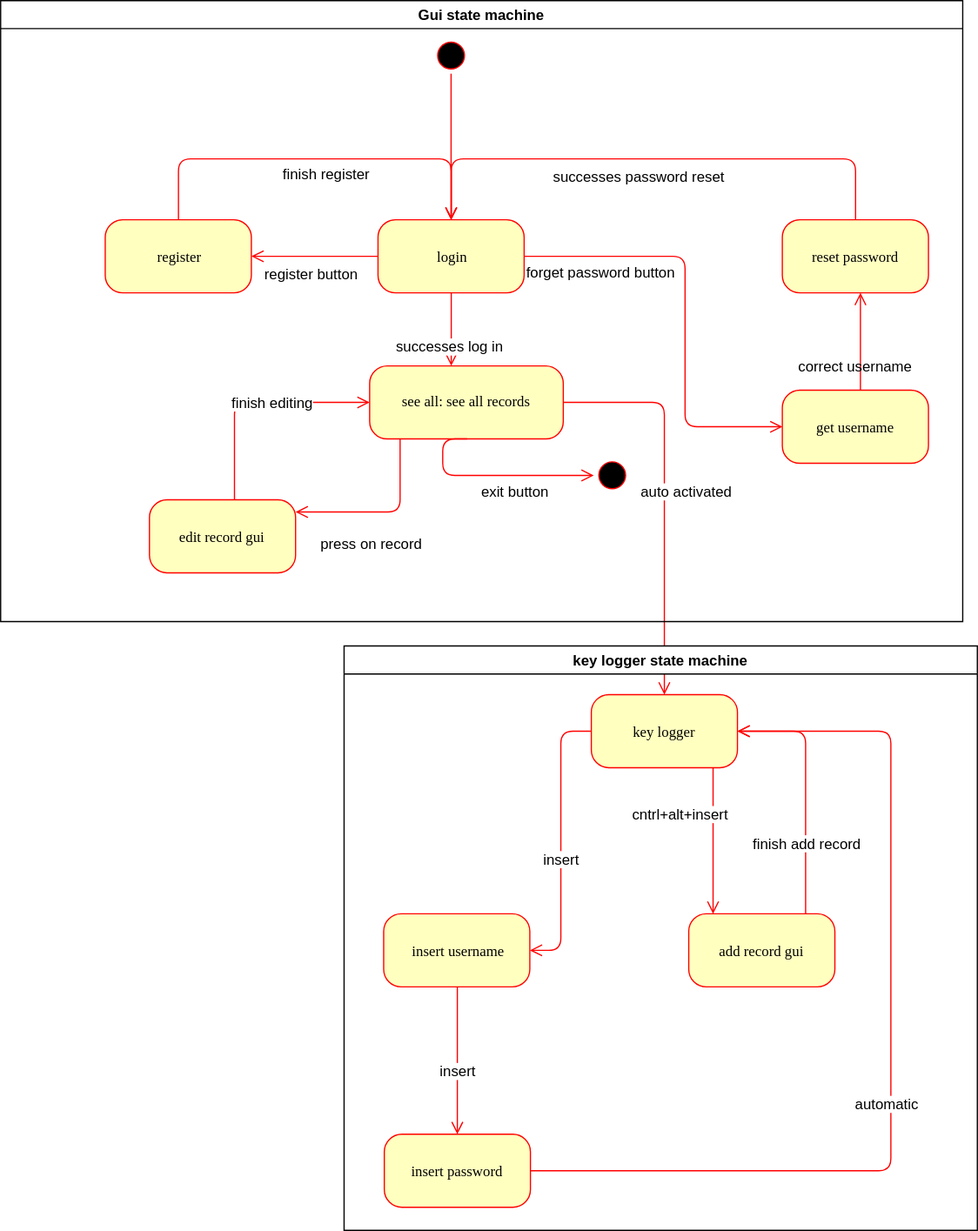
Earlier version of the draw.io export Documents/client state machine.svg (adibl/password_saver). Source tidied: cells renumbered, new cells last; positions are measured from the earlier drawing's top-left corner, leaving out a move shared by most shapes.
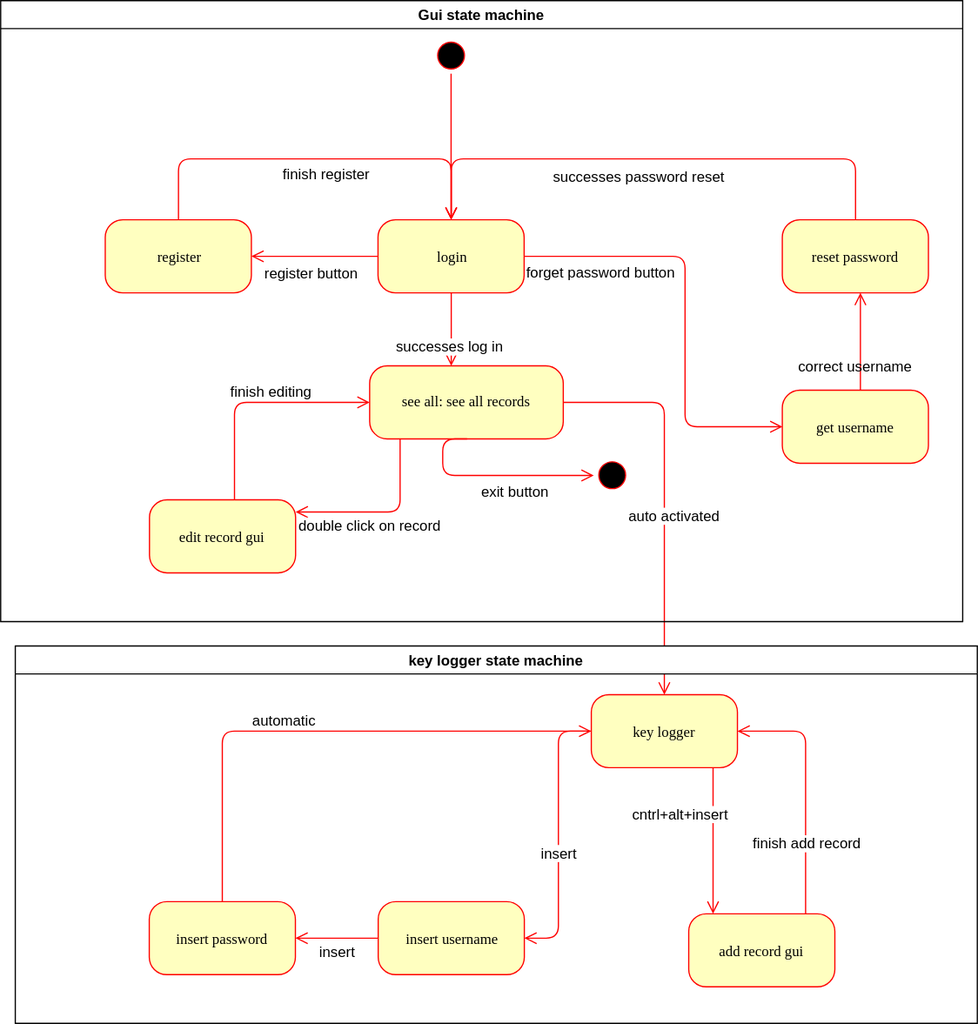
Above is the later version.

The edit, as a diff of the source:
```diff
@@ -29,7 +29,7 @@
     <mxCell id="10" value="successes log in" style="text;html=1;align=center;verticalAlign=top;labelBackgroundColor=#ffffff;" parent="9" vertex="1">
       <mxGeometry x="0.02" y="-2" relative="1" as="geometry" />
     </mxCell>
-    <mxCell id="11" style="edgeStyle=elbowEdgeStyle;html=1;labelBackgroundColor=none;endArrow=open;endSize=8;strokeColor=#ff0000;fontFamily=Verdana;fontSize=12;align=left;" parent="1" edge="1" source="13" target="17">
+    <mxCell id="11" style="edgeStyle=elbowEdgeStyle;html=1;labelBackgroundColor=none;endArrow=open;endSize=8;strokeColor=#ff0000;fontFamily=Verdana;fontSize=12;align=left;entryX=1;entryY=0.5;entryDx=0;entryDy=0;" parent="1" edge="1" source="13" target="17">
       <mxGeometry relative="1" as="geometry" />
     </mxCell>
     <mxCell id="12" value="insert" style="text;html=1;align=center;verticalAlign=middle;labelBackgroundColor=#ffffff;" parent="11" vertex="1">
@@ -48,26 +48,25 @@
     </mxCell>
     <mxCell id="16" value="insert" style="text;html=1;align=center;verticalAlign=middle;labelBackgroundColor=#ffffff;labelPosition=center;verticalLabelPosition=middle;" parent="15" vertex="1">
       <mxGeometry x="-0.08" y="12" relative="1" as="geometry">
-        <mxPoint x="-12" y="12" as="offset" />
+        <mxPoint x="-3" y="-2" as="offset" />
       </mxGeometry>
     </mxCell>
     <mxCell id="17" value="insert username" style="rounded=1;whiteSpace=wrap;html=1;arcSize=24;fillColor=#ffffc0;strokeColor=#ff0000;shadow=0;comic=0;labelBackgroundColor=none;fontFamily=Verdana;fontSize=12;fontColor=#000000;align=center;" parent="1" vertex="1">
-      <mxGeometry x="314.5" y="750" width="120" height="60" as="geometry" />
+      <mxGeometry x="310" y="740" width="120" height="60" as="geometry" />
     </mxCell>
     <mxCell id="18" style="edgeStyle=elbowEdgeStyle;html=1;labelBackgroundColor=none;endArrow=open;endSize=8;strokeColor=#ff0000;fontFamily=Verdana;fontSize=12;align=left;" parent="1" edge="1" source="20" target="13">
       <mxGeometry relative="1" as="geometry">
         <Array as="points">
-          <mxPoint x="731" y="730" />
+          <mxPoint x="182" y="650" />
           <mxPoint x="708" y="780" />
         </Array>
       </mxGeometry>
     </mxCell>
     <mxCell id="19" value="automatic" style="text;html=1;align=center;verticalAlign=middle;labelBackgroundColor=#ffffff;" parent="18" vertex="1">
-      <mxGeometry x="-0.1" y="4" relative="1" as="geometry" />
+      <mxGeometry x="-0.1" y="4" relative="1" as="geometry">
+        <mxPoint x="-9" y="-6" as="offset" />
+      </mxGeometry>
     </mxCell>
-    <mxCell id="20" value="insert password" style="rounded=1;whiteSpace=wrap;html=1;arcSize=24;fillColor=#ffffc0;strokeColor=#ff0000;shadow=0;comic=0;labelBackgroundColor=none;fontFamily=Verdana;fontSize=12;fontColor=#000000;align=center;" parent="1" vertex="1">
-      <mxGeometry x="315" y="931" width="120" height="60" as="geometry" />
-    </mxCell>
     <mxCell id="21" style="edgeStyle=elbowEdgeStyle;html=1;labelBackgroundColor=none;endArrow=open;endSize=8;strokeColor=#ff0000;fontFamily=Verdana;fontSize=12;align=left;" parent="1" edge="1" source="13" target="14">
       <mxGeometry relative="1" as="geometry" />
     </mxCell>
@@ -95,7 +94,7 @@
     </mxCell>
     <mxCell id="26" value="auto activated" style="text;html=1;align=right;verticalAlign=top;labelBackgroundColor=#ffffff;labelPosition=left;verticalLabelPosition=middle;" parent="25" vertex="1">
       <mxGeometry x="-0.1" y="-3" relative="1" as="geometry">
-        <mxPoint x="60" y="-3" as="offset" />
+        <mxPoint x="50" y="17" as="offset" />
       </mxGeometry>
     </mxCell>
     <mxCell id="27" value="v" style="ellipse;html=1;shape=startState;fillColor=#000000;strokeColor=#ff0000;rounded=1;shadow=0;comic=0;labelBackgroundColor=none;fontFamily=Verdana;fontSize=12;fontColor=#000000;align=center;direction=south;" parent="1" vertex="1">
@@ -153,7 +152,9 @@
       </mxGeometry>
     </mxCell>
     <mxCell id="38" value="finish editing" style="text;html=1;align=center;verticalAlign=middle;labelBackgroundColor=#ffffff;labelPosition=center;verticalLabelPosition=middle;" parent="37" vertex="1">
-      <mxGeometry x="0.16" y="1" relative="1" as="geometry" />
+      <mxGeometry x="0.16" y="1" relative="1" as="geometry">
+        <mxPoint x="-1" y="-9" as="offset" />
+      </mxGeometry>
     </mxCell>
     <mxCell id="39" style="edgeStyle=elbowEdgeStyle;html=1;labelBackgroundColor=none;endArrow=open;endSize=8;strokeColor=#ff0000;fontFamily=Verdana;fontSize=12;align=left;" parent="1" edge="1" source="7" target="36">
       <mxGeometry relative="1" as="geometry">
@@ -162,9 +163,9 @@
         </Array>
       </mxGeometry>
     </mxCell>
-    <mxCell id="40" value="press on record" style="text;html=1;align=center;verticalAlign=middle;labelBackgroundColor=#ffffff;" parent="39" vertex="1">
+    <mxCell id="40" value="double click on record" style="text;html=1;align=center;verticalAlign=middle;labelBackgroundColor=#ffffff;" parent="39" vertex="1">
       <mxGeometry y="11" relative="1" as="geometry">
-        <mxPoint x="-11" y="14" as="offset" />
+        <mxPoint x="-12" y="-1" as="offset" />
       </mxGeometry>
     </mxCell>
     <mxCell id="41" style="edgeStyle=orthogonalEdgeStyle;html=1;labelBackgroundColor=none;endArrow=open;endSize=8;strokeColor=#ff0000;fontFamily=Verdana;fontSize=12;align=left;exitX=0.5;exitY=1;exitDx=0;exitDy=0;entryX=0.5;entryY=1;entryDx=0;entryDy=0;" parent="1" edge="1" source="7" target="27">
@@ -187,14 +188,17 @@
         </Array>
       </mxGeometry>
     </mxCell>
-    <mxCell id="44" value="correct username" style="text;html=1;strokeColor=none;fillColor=none;align=center;verticalAlign=middle;whiteSpace=wrap;rounded=0;" parent="1" vertex="1">
-      <mxGeometry x="648" y="290" width="108" height="20" as="geometry" />
-    </mxCell>
     <mxCell id="45" value="Gui state machine" style="swimlane;html=0;" parent="1" vertex="1">
       <mxGeometry width="790" height="510" as="geometry" />
     </mxCell>
     <mxCell id="46" value="key logger state machine" style="swimlane;html=0;" parent="1" vertex="1">
-      <mxGeometry x="282" y="530" width="520" height="480" as="geometry" />
+      <mxGeometry x="12" y="530" width="790" height="310" as="geometry" />
     </mxCell>
+    <mxCell id="20" value="insert password" style="rounded=1;whiteSpace=wrap;html=1;arcSize=24;fillColor=#ffffc0;strokeColor=#ff0000;shadow=0;comic=0;labelBackgroundColor=none;fontFamily=Verdana;fontSize=12;fontColor=#000000;align=center;" parent="46" vertex="1">
+      <mxGeometry x="110" y="210" width="120" height="60" as="geometry" />
+    </mxCell>
+    <mxCell id="44" value="correct username" style="text;html=1;strokeColor=none;fillColor=none;align=center;verticalAlign=middle;whiteSpace=wrap;rounded=0;" parent="1" vertex="1">
+      <mxGeometry x="648" y="290" width="108" height="20" as="geometry" />
+    </mxCell>
   </root>
 </mxGraphModel>
```
